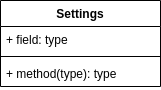
Flaviu123/LED_MindGame keeps this draw.io diagram as Class diagram.drawio.png. Above is the earlier version. Source tidied: cells renumbered, new cells last; positions are measured from the earlier drawing's top-left corner, leaving out a move shared by most shapes. The source it was exported from:
```xml
<mxGraphModel>
  <root>
    <mxCell id="0" />
    <mxCell id="1" parent="0" />
    <mxCell id="2" value="Settings" style="swimlane;fontStyle=1;align=center;verticalAlign=top;horizontal=1;startSize=26;" parent="1" vertex="1">
      <mxGeometry width="160" height="86" as="geometry" />
    </mxCell>
    <mxCell id="3" value="+ field: type" style="text;strokeColor=none;fillColor=none;align=left;verticalAlign=top;spacingLeft=4;spacingRight=4;overflow=hidden;" parent="2" vertex="1">
      <mxGeometry y="26" width="160" height="26" as="geometry" />
    </mxCell>
    <mxCell id="4" style="line;strokeWidth=1;fillColor=none;align=left;verticalAlign=middle;spacingTop=-1;spacingLeft=3;spacingRight=3;labelPosition=right;" parent="2" vertex="1">
      <mxGeometry y="52" width="160" height="8" as="geometry" />
    </mxCell>
    <mxCell id="5" value="+ method(type): type" style="text;strokeColor=none;fillColor=none;align=left;verticalAlign=top;spacingLeft=4;spacingRight=4;overflow=hidden;" parent="2" vertex="1">
      <mxGeometry y="60" width="160" height="26" as="geometry" />
    </mxCell>
  </root>
</mxGraphModel>
```
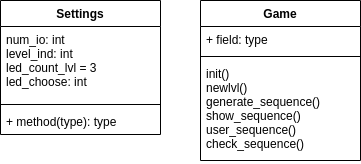
After the change.

Commit message:
adjusted class diagram to programm and made first funktions

Change to the diagram source:
```diff
@@ -3,16 +3,28 @@
     <mxCell id="0" />
     <mxCell id="1" parent="0" />
     <mxCell id="2" value="Settings" style="swimlane;fontStyle=1;align=center;verticalAlign=top;horizontal=1;startSize=26;" parent="1" vertex="1">
-      <mxGeometry width="160" height="86" as="geometry" />
+      <mxGeometry width="160" height="134" as="geometry" />
     </mxCell>
-    <mxCell id="3" value="+ field: type" style="text;strokeColor=none;fillColor=none;align=left;verticalAlign=top;spacingLeft=4;spacingRight=4;overflow=hidden;" parent="2" vertex="1">
-      <mxGeometry y="26" width="160" height="26" as="geometry" />
+    <mxCell id="3" value="num_io: int&#10;level_ind: int&#10;led_count_lvl = 3&#10;led_choose: int&#10;" style="text;strokeColor=none;fillColor=none;align=left;verticalAlign=top;spacingLeft=4;spacingRight=4;overflow=hidden;" parent="2" vertex="1">
+      <mxGeometry y="26" width="160" height="74" as="geometry" />
     </mxCell>
     <mxCell id="4" style="line;strokeWidth=1;fillColor=none;align=left;verticalAlign=middle;spacingTop=-1;spacingLeft=3;spacingRight=3;labelPosition=right;" parent="2" vertex="1">
-      <mxGeometry y="52" width="160" height="8" as="geometry" />
+      <mxGeometry y="100" width="160" height="8" as="geometry" />
     </mxCell>
     <mxCell id="5" value="+ method(type): type" style="text;strokeColor=none;fillColor=none;align=left;verticalAlign=top;spacingLeft=4;spacingRight=4;overflow=hidden;" parent="2" vertex="1">
-      <mxGeometry y="60" width="160" height="26" as="geometry" />
+      <mxGeometry y="108" width="160" height="26" as="geometry" />
     </mxCell>
+    <mxCell id="6" value="Game" style="swimlane;fontStyle=1;align=center;verticalAlign=top;horizontal=1;startSize=26;" parent="1" vertex="1">
+      <mxGeometry x="200" width="160" height="160" as="geometry" />
+    </mxCell>
+    <mxCell id="7" value="+ field: type" style="text;strokeColor=none;fillColor=none;align=left;verticalAlign=top;spacingLeft=4;spacingRight=4;overflow=hidden;" parent="6" vertex="1">
+      <mxGeometry y="26" width="160" height="26" as="geometry" />
+    </mxCell>
+    <mxCell id="8" style="line;strokeWidth=1;fillColor=none;align=left;verticalAlign=middle;spacingTop=-1;spacingLeft=3;spacingRight=3;labelPosition=right;" parent="6" vertex="1">
+      <mxGeometry y="52" width="160" height="8" as="geometry" />
+    </mxCell>
+    <mxCell id="9" value="init()&#10;newlvl()&#10;generate_sequence()&#10;show_sequence()&#10;user_sequence()&#10;check_sequence()" style="text;strokeColor=none;fillColor=none;align=left;verticalAlign=top;spacingLeft=4;spacingRight=4;overflow=hidden;" parent="6" vertex="1">
+      <mxGeometry y="60" width="160" height="100" as="geometry" />
+    </mxCell>
   </root>
 </mxGraphModel>
```
